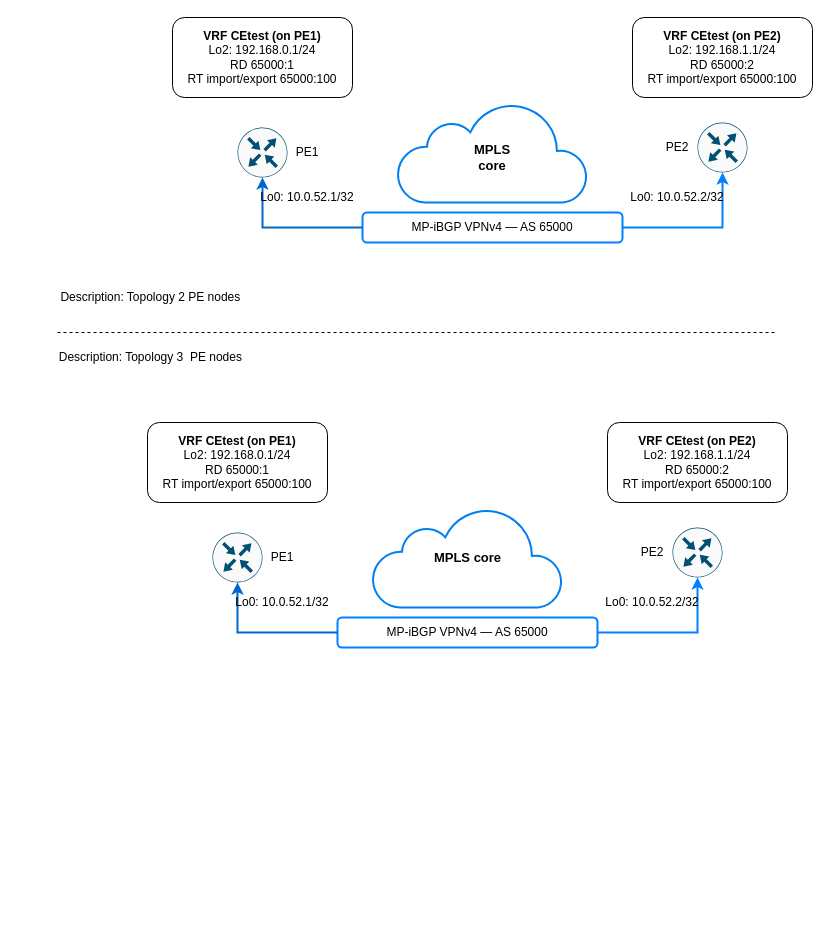
This is page "L3VPN" (6 of 7) of eve-ng-labs/001-ISP-MPLS-Lab/ISP-MPLS-Lab-Diagram.drawio from roxron/networking-labs, a draw.io file, before an edit. Source tidied: cells renumbered, new cells numbered last; positions are measured from the earlier drawing's top-left corner, leaving out a move shared by most shapes. Both pictures are drawn from the tidied source at 100%, with x=0, y=0 at pixel (17, 17).
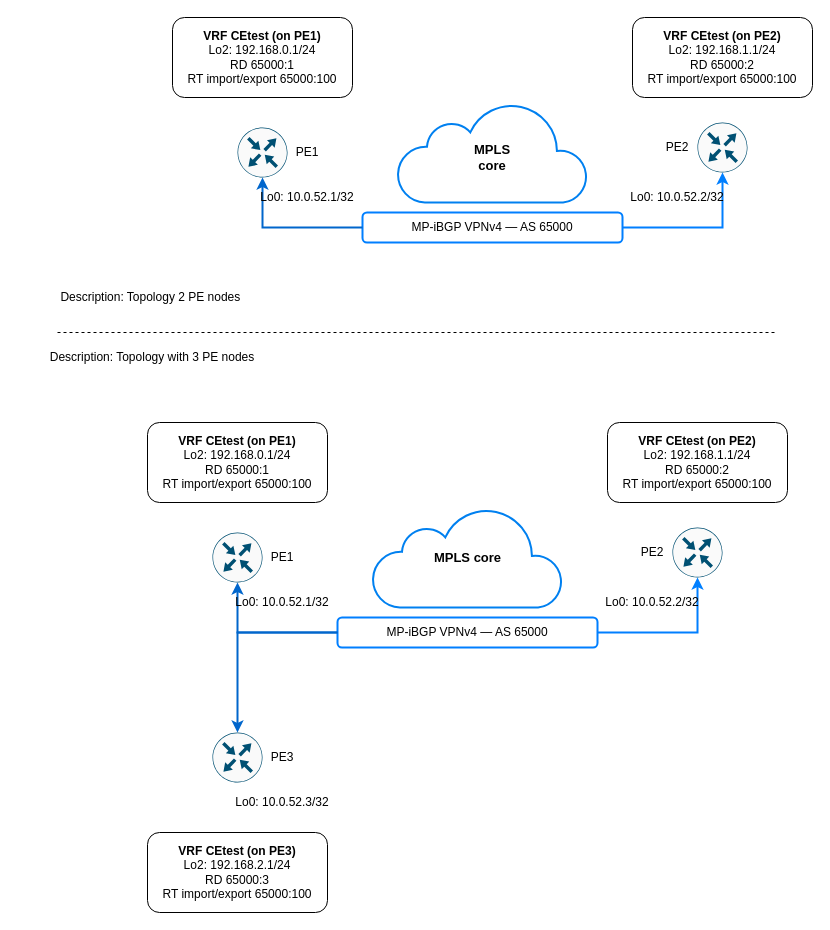
The same page after the edit.

Commit message:
Add PE3 to L3VPN topology diagram

Unchanged cells that the change refers to:
```xml
<mxCell id="19" value="MP-iBGP VPNv4 — AS 65000" style="rounded=1;whiteSpace=wrap;html=1;strokeWidth=2;strokeColor=light-dark(#007FFF,#EDEDED);" parent="1" vertex="1">
  <mxGeometry x="320" y="600" width="260" height="30" as="geometry" />
</mxCell>
```

Change to the diagram source:
```diff
@@
-    <mxCell id="17" value="Description: Topology 3 &amp;nbsp;PE nodes&amp;nbsp;" style="text;html=1;whiteSpace=wrap;strokeColor=none;fillColor=none;align=center;verticalAlign=middle;rounded=0;" parent="1" vertex="1">
+    <mxCell id="17" value="Description: Topology with 3 PE nodes" style="text;html=1;whiteSpace=wrap;strokeColor=none;fillColor=none;align=center;verticalAlign=middle;rounded=0;" parent="1" vertex="1">
       <mxGeometry y="325" width="270" height="30" as="geometry" />
     </mxCell>
@@
+    <mxCell id="31" style="sketch=0;points=[[0.5,0,0],[1,0.5,0],[0.5,1,0],[0,0.5,0],[0.145,0.145,0],[0.8555,0.145,0],[0.855,0.8555,0],[0.145,0.855,0]];verticalLabelPosition=bottom;html=1;verticalAlign=top;align=center;shape=mxgraph.cisco19.rect;prIcon=router;fillColor=#FAFAFA;strokeColor=#005073;" parent="1" vertex="1">
+      <mxGeometry x="195" y="715" width="50" height="50" as="geometry" />
+    </mxCell>
+    <mxCell id="32" style="edgeStyle=orthogonalEdgeStyle;rounded=0;jettySize=auto;html=1;exitX=0;exitY=0.5;exitDx=0;exitDy=0;entryX=0.5;entryY=0;entryDx=0;entryDy=0;entryPerimeter=0;strokeWidth=2;strokeColor=#0066CC;" parent="1" edge="1" source="19" target="31">
+      <mxGeometry relative="1" as="geometry" />
+    </mxCell>
+    <mxCell id="33" value="PE3" style="text;html=1;whiteSpace=wrap;strokeColor=none;fillColor=none;align=center;verticalAlign=middle;rounded=0;" parent="1" vertex="1">
+      <mxGeometry x="235" y="725" width="60" height="30" as="geometry" />
+    </mxCell>
+    <mxCell id="34" value="Lo0: 10.0.52.3/32" style="text;html=1;whiteSpace=wrap;strokeColor=none;fillColor=none;align=center;verticalAlign=middle;rounded=0;" parent="1" vertex="1">
+      <mxGeometry x="205" y="770" width="120" height="30" as="geometry" />
+    </mxCell>
+    <mxCell id="35" value="&lt;b&gt;VRF CEtest (on PE3)&lt;/b&gt;&lt;div&gt;Lo2: 192.168.2.1/24&lt;/div&gt;&lt;div&gt;RD 65000:3&lt;/div&gt;&lt;div&gt;RT import/export 65000:100&lt;/div&gt;" style="rounded=1;whiteSpace=wrap;html=1;" parent="1" vertex="1">
+      <mxGeometry x="130" y="815" width="180" height="80" as="geometry" />
+    </mxCell>
```
